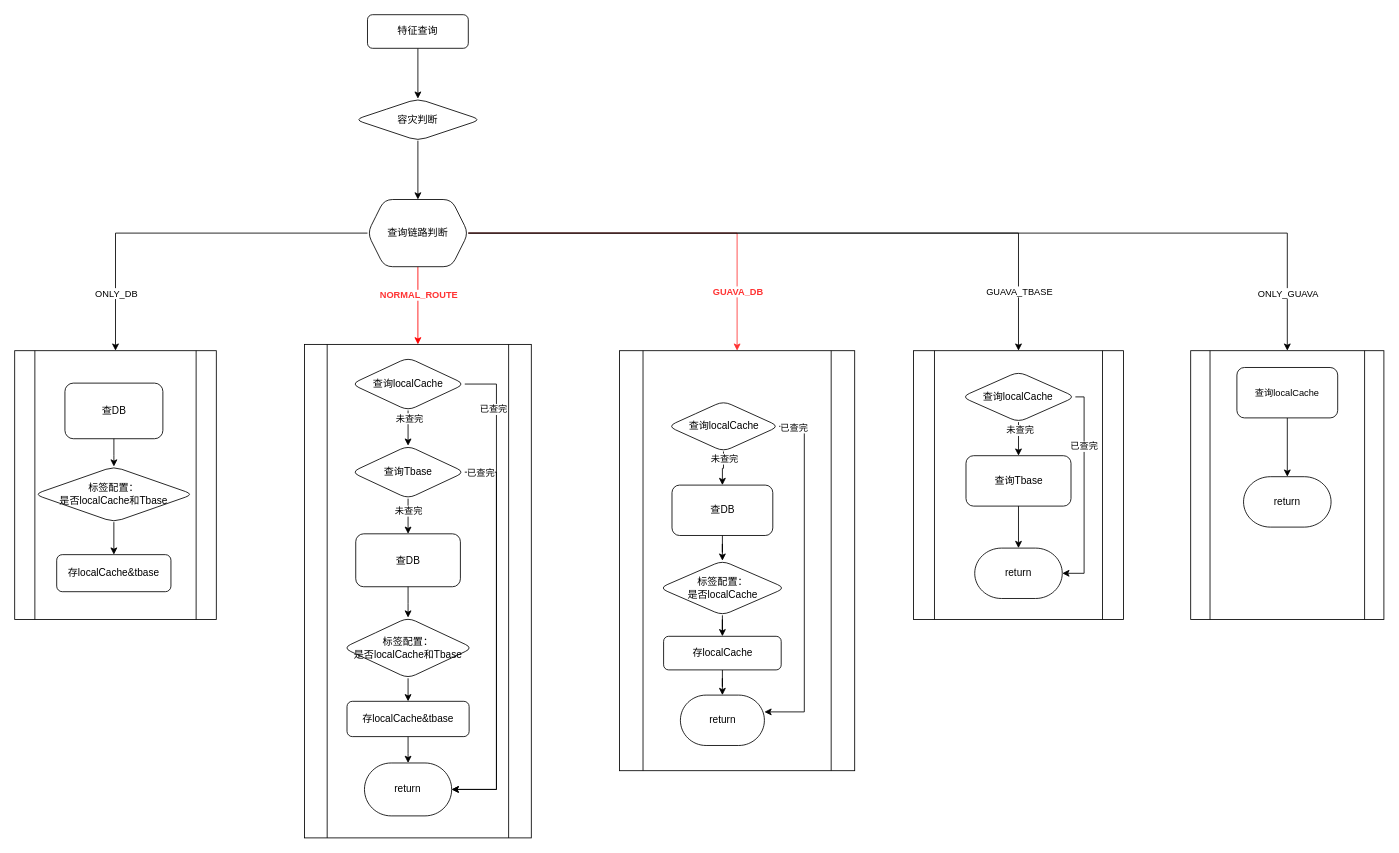
Above: doc/draw/缓存流程.drawio in LiYeLin/fruitSellerClient (draw.io), before the change. Source tidied: cells renumbered, new cells numbered last; positions are measured from the earlier drawing's top-left corner, leaving out a move shared by most shapes. Both pictures are drawn from the tidied source at 84%, with x=0, y=0 at pixel (14, 14).
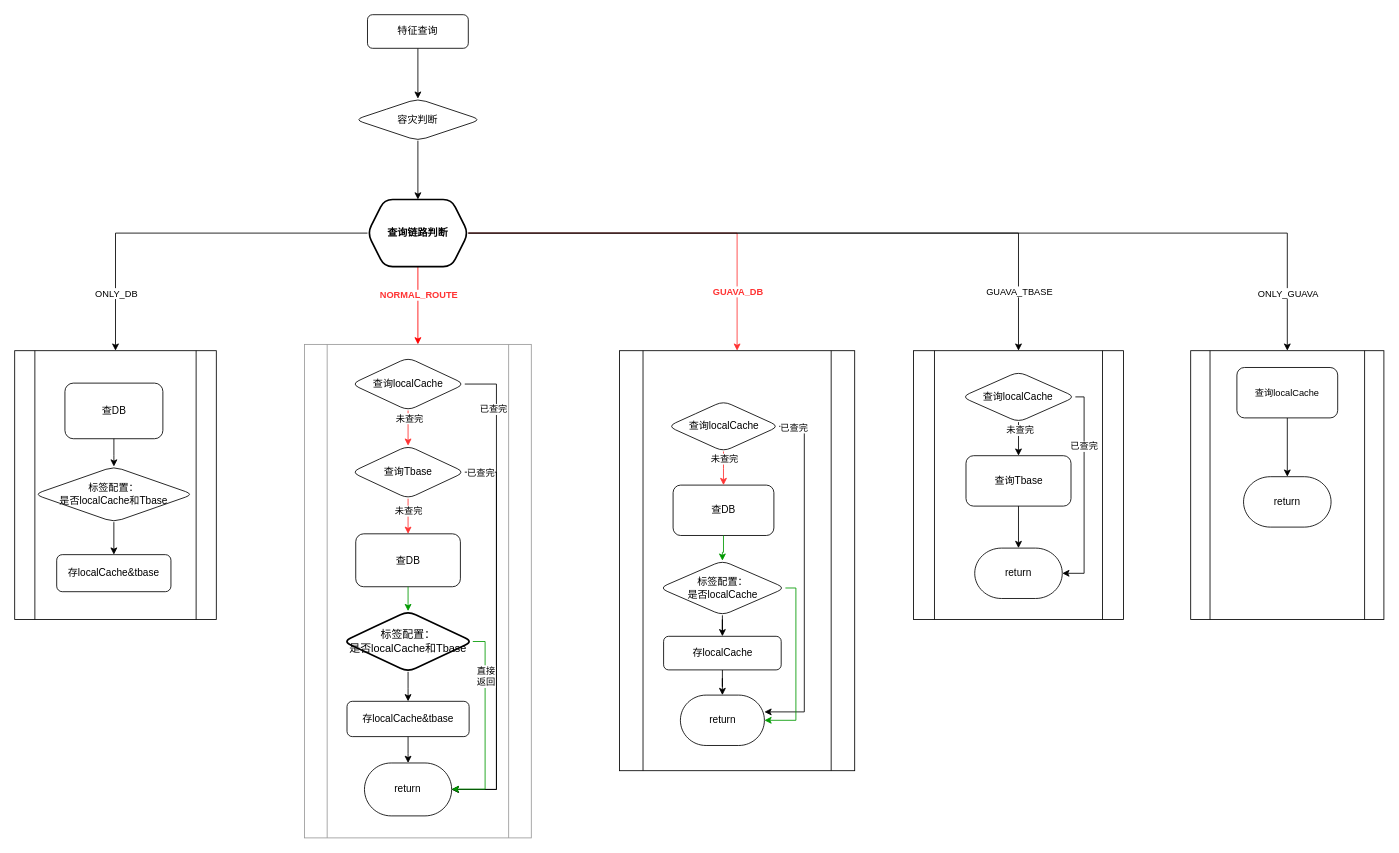
Above is the later version.

Commit message:
更新缓存流程.drawio

Unchanged cells that the change refers to:
```xml
<mxCell id="26" value="查询localCache" style="rhombus;whiteSpace=wrap;html=1;rounded=1;glass=0;strokeWidth=1;shadow=0;" parent="24" vertex="1">
  <mxGeometry x="55.8" y="68.2" width="135" height="63" as="geometry" />
</mxCell>
<mxCell id="27" value="查询Tbase" style="rhombus;whiteSpace=wrap;html=1;rounded=1;glass=0;strokeWidth=1;shadow=0;" parent="24" vertex="1">
  <mxGeometry x="55.8" y="173.1" width="135" height="63" as="geometry" />
</mxCell>
<mxCell id="30" value="查DB" style="whiteSpace=wrap;html=1;rounded=1;glass=0;strokeWidth=1;shadow=0;" parent="24" vertex="1">
  <mxGeometry x="61" y="278" width="124.6" height="63" as="geometry" />
</mxCell>
<mxCell id="33" value="return" style="strokeWidth=1;html=1;shape=mxgraph.flowchart.terminator;whiteSpace=wrap;" parent="24" vertex="1">
  <mxGeometry x="71.4" y="550.8" width="103.8" height="63" as="geometry" />
</mxCell>
<mxCell id="43" style="group;" parent="1" vertex="1">
  <mxGeometry x="720" y="400" width="280" height="500" as="geometry" />
</mxCell>
<mxCell id="45" value="查询localCache" style="rhombus;whiteSpace=wrap;html=1;rounded=1;glass=0;strokeWidth=1;shadow=0;" parent="43" vertex="1">
  <mxGeometry x="57.5" y="60" width="132.5" height="60" as="geometry" />
</mxCell>
<mxCell id="51" value="return" style="strokeWidth=1;html=1;shape=mxgraph.flowchart.terminator;whiteSpace=wrap;" parent="43" vertex="1">
  <mxGeometry x="72.5" y="410" width="100" height="60" as="geometry" />
</mxCell>
<mxCell id="52" value="标签配置：&lt;br&gt;是否localCache" style="rhombus;whiteSpace=wrap;html=1;rounded=1;glass=0;strokeWidth=1;shadow=0;" parent="43" vertex="1">
  <mxGeometry x="47.5" y="250" width="150" height="65" as="geometry" />
</mxCell>
```

What changed in the source:
```diff
@@
-    <mxCell id="16" value="查询链路判断" style="shape=hexagon;perimeter=hexagonPerimeter2;whiteSpace=wrap;html=1;fixedSize=1;rounded=1;glass=0;strokeWidth=1;shadow=0;" parent="1" vertex="1">
+    <mxCell id="16" value="&lt;b&gt;查询链路判断&lt;/b&gt;" style="shape=hexagon;perimeter=hexagonPerimeter2;whiteSpace=wrap;html=1;fixedSize=1;rounded=1;glass=0;strokeWidth=2;shadow=0;" parent="1" vertex="1">
       <mxGeometry x="420" y="220" width="120" height="80" as="geometry" />
     </mxCell>
@@
-    <mxCell id="24" style="group;" parent="1" vertex="1">
+    <mxCell id="24" style="group;dashed=1;" parent="1" vertex="1">
       <mxGeometry x="345" y="340" width="270" height="640" as="geometry" />
     </mxCell>
-    <mxCell id="25" style="shape=process;whiteSpace=wrap;html=1;backgroundOutline=1;" parent="24" vertex="1">
+    <mxCell id="25" style="shape=process;whiteSpace=wrap;html=1;backgroundOutline=1;strokeColor=#999999;" parent="24" vertex="1">
       <mxGeometry y="52.5" width="270" height="587.5" as="geometry" />
     </mxCell>
@@
-    <mxCell id="28" style="edgeStyle=orthogonalEdgeStyle;rounded=0;jettySize=auto;html=1;" parent="24" edge="1" source="26" target="27">
+    <mxCell id="28" style="edgeStyle=orthogonalEdgeStyle;rounded=0;jettySize=auto;html=1;strokeColor=#FF3333;" parent="24" edge="1" source="26" target="27">
       <mxGeometry relative="1" as="geometry" />
     </mxCell>
@@
-    <mxCell id="31" style="edgeStyle=orthogonalEdgeStyle;rounded=0;jettySize=auto;html=1;" parent="24" edge="1" source="27" target="30">
+    <mxCell id="31" style="edgeStyle=orthogonalEdgeStyle;rounded=0;jettySize=auto;html=1;strokeColor=#FF3333;" parent="24" edge="1" source="27" target="30">
       <mxGeometry relative="1" as="geometry" />
     </mxCell>
@@
+    <mxCell id="71" style="edgeStyle=orthogonalEdgeStyle;rounded=0;jettySize=auto;html=1;strokeColor=#009900;" parent="24" edge="1" source="38" target="33">
+      <mxGeometry relative="1" as="geometry">
+        <Array as="points">
+          <mxPoint x="215" y="406" />
+          <mxPoint x="215" y="582" />
+        </Array>
+      </mxGeometry>
+    </mxCell>
+    <mxCell id="72" value="直接&lt;br&gt;返回" style="edgeLabel;html=1;align=center;verticalAlign=middle;" parent="71" vertex="1">
+      <mxGeometry x="-0.51" relative="1" as="geometry" />
+    </mxCell>
-    <mxCell id="38" value="标签配置：&lt;br&gt;是否localCache和Tbase" style="rhombus;whiteSpace=wrap;html=1;rounded=1;glass=0;strokeWidth=1;shadow=0;" parent="24" vertex="1">
-      <mxGeometry x="46" y="377.7" width="154.5" height="72.3" as="geometry" />
+    <mxCell id="38" value="&lt;font style=&quot;font-size: 13px;&quot;&gt;标签配置：&lt;br&gt;是否localCache和Tbase&lt;/font&gt;" style="rhombus;whiteSpace=wrap;html=1;rounded=1;glass=0;strokeWidth=2;shadow=0;" parent="24" vertex="1">
+      <mxGeometry x="46" y="370" width="154.5" height="72.3" as="geometry" />
     </mxCell>
-    <mxCell id="39" style="edgeStyle=orthogonalEdgeStyle;rounded=0;jettySize=auto;html=1;" parent="24" edge="1" source="30" target="38">
+    <mxCell id="39" style="edgeStyle=orthogonalEdgeStyle;rounded=0;jettySize=auto;html=1;strokeColor=#009900;" parent="24" edge="1" source="30" target="38">
       <mxGeometry relative="1" as="geometry" />
     </mxCell>
@@
     <mxCell id="46" value="查DB" style="whiteSpace=wrap;html=1;rounded=1;glass=0;strokeWidth=1;shadow=0;" parent="43" vertex="1">
-      <mxGeometry x="62.5" y="160" width="120" height="60" as="geometry" />
+      <mxGeometry x="63.8" y="160" width="120" height="60" as="geometry" />
     </mxCell>
-    <mxCell id="47" style="edgeStyle=orthogonalEdgeStyle;rounded=0;jettySize=auto;html=1;" parent="43" edge="1" source="45" target="46">
+    <mxCell id="47" style="edgeStyle=orthogonalEdgeStyle;rounded=0;jettySize=auto;html=1;strokeColor=#FF3333;" parent="43" edge="1" source="45" target="46">
       <mxGeometry relative="1" as="geometry" />
     </mxCell>
@@
-    <mxCell id="53" style="edgeStyle=orthogonalEdgeStyle;rounded=0;jettySize=auto;html=1;" parent="43" edge="1" source="46" target="52">
+    <mxCell id="53" style="edgeStyle=orthogonalEdgeStyle;rounded=0;jettySize=auto;html=1;strokeColor=#009900;" parent="43" edge="1" source="46" target="52">
       <mxGeometry relative="1" as="geometry" />
     </mxCell>
@@
+    <mxCell id="73" style="edgeStyle=orthogonalEdgeStyle;rounded=0;jettySize=auto;html=1;strokeColor=#009900;" parent="43" edge="1" source="52" target="51">
+      <mxGeometry relative="1" as="geometry">
+        <Array as="points">
+          <mxPoint x="210" y="283" />
+          <mxPoint x="210" y="440" />
+        </Array>
+      </mxGeometry>
+    </mxCell>
```
